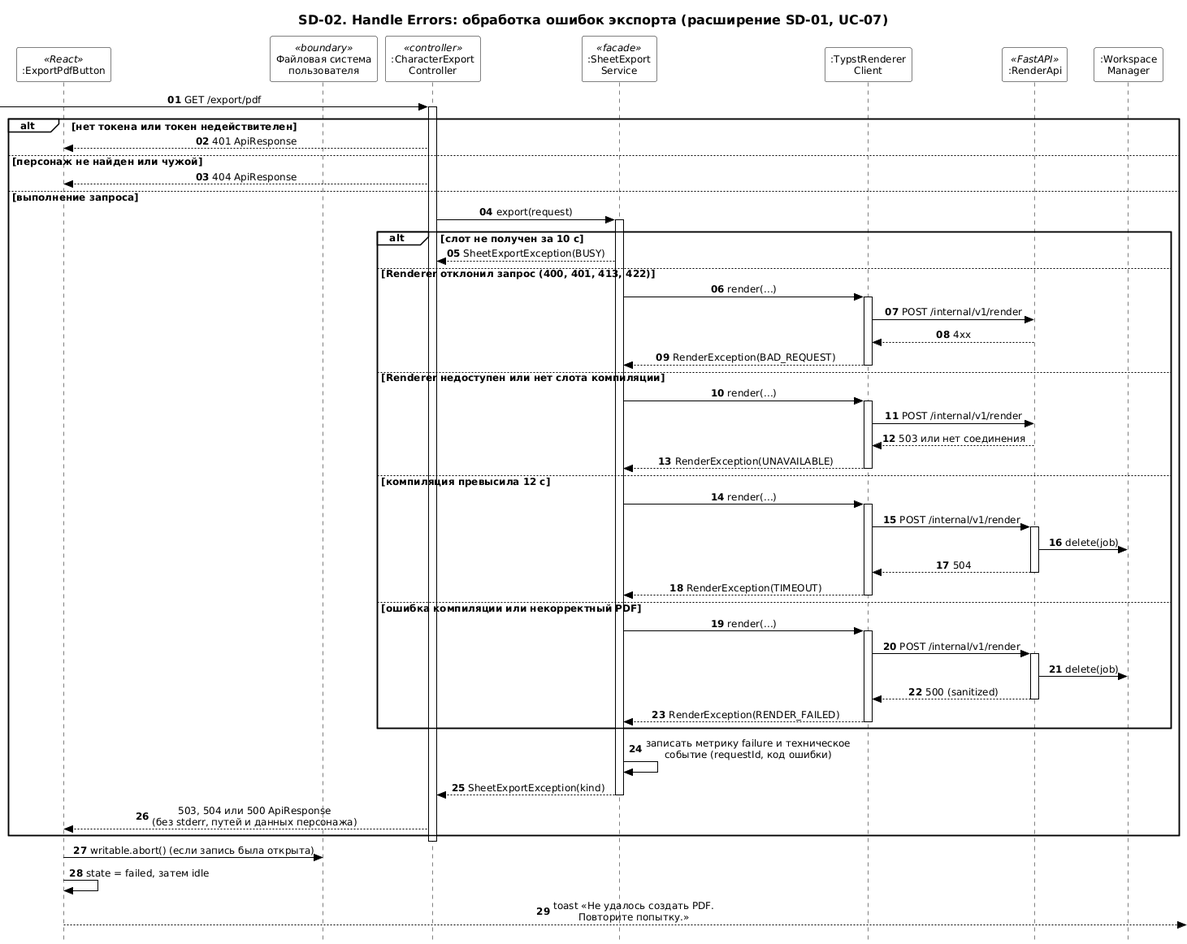
Earlier version of the PlantUML export uml/diagrams/sd-02-handle-errors.png (Yakush-A/SDLC-BSUIR).
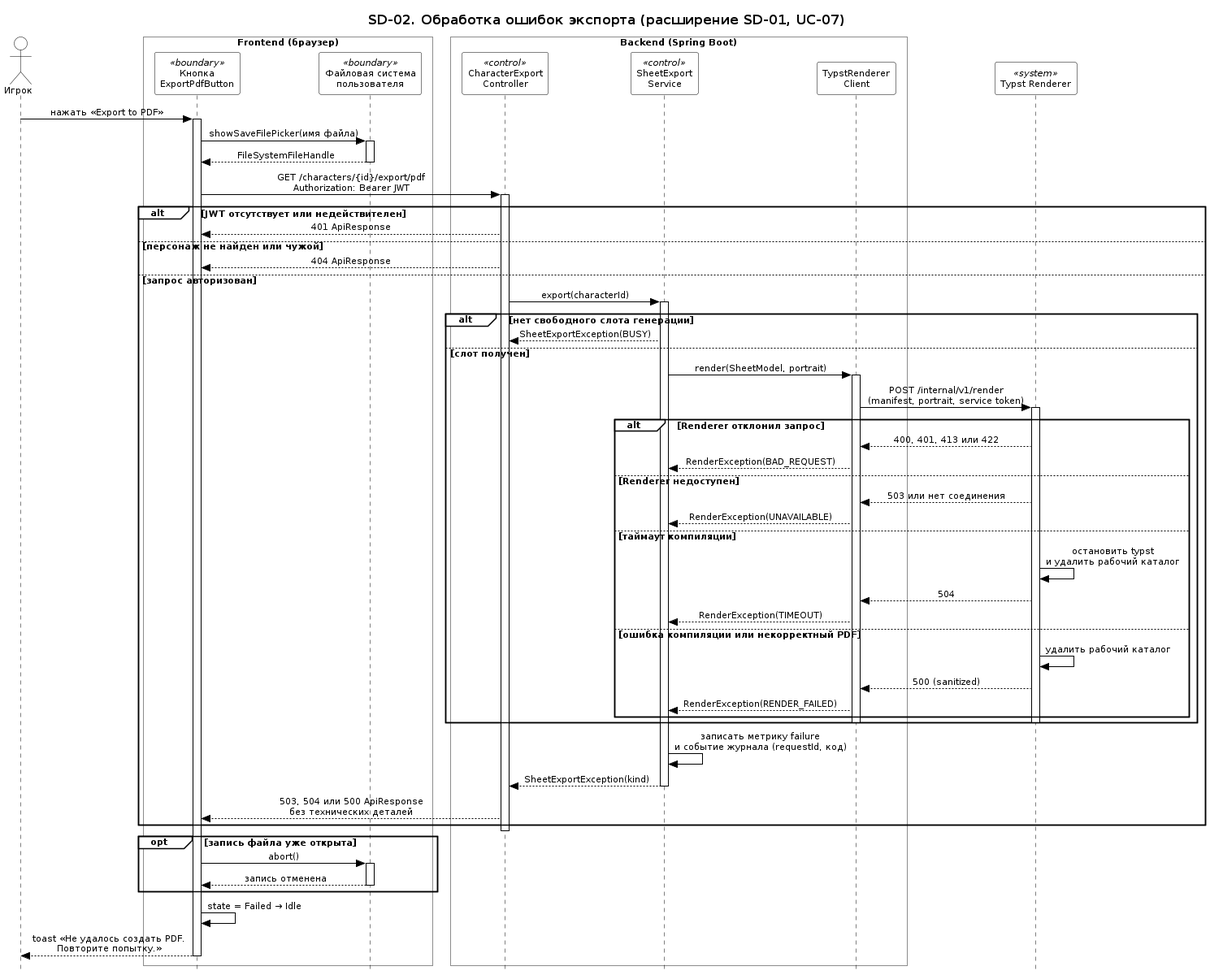
The same diagram one commit later.

What changed in the source:
```diff
@@ -2,8 +2,9 @@
 skinparam backgroundColor #FFFFFF
 skinparam shadowing false
 skinparam style strictuml
+skinparam linetype ortho
 skinparam defaultFontName "DejaVu Sans"
-skinparam defaultFontSize 12
+skinparam defaultFontSize 11
 skinparam ArrowColor #000000
 skinparam ArrowFontColor #000000
 skinparam TitleFontColor #000000
@@ -13,6 +14,8 @@
 skinparam NoteBorderColor #000000
 skinparam NoteFontColor #000000
 skinparam sequenceMessageAlign center
+skinparam ParticipantPadding 10
+skinparam BoxPadding 10
 skinparam SequenceLifeLineBorderColor #000000
 skinparam SequenceGroupBorderColor #000000
 skinparam SequenceGroupBackgroundColor #FFFFFF
@@ -26,70 +29,85 @@
 skinparam ActorBackgroundColor #FFFFFF
 skinparam ActorBorderColor #000000
 skinparam ActorFontColor #000000
-title SD-02. Handle Errors: обработка ошибок экспорта (расширение SD-01, UC-07)
-autonumber "<b>00"
+hide footbox
+title SD-02. Обработка ошибок экспорта (расширение SD-01, UC-07)
 
-participant ":ExportPdfButton" as B <<React>>
-participant "Файловая система\nпользователя" as FS <<boundary>>
-participant ":CharacterExport\nController" as C <<controller>>
-participant ":SheetExport\nService" as S <<facade>>
-participant ":TypstRenderer\nClient" as RC
-participant ":RenderApi" as R <<FastAPI>>
-participant ":Workspace\nManager" as W
+actor "Игрок" as P
 
-[-> C : GET /export/pdf
-activate C
-alt нет токена или токен недействителен
-  C --> B : 401 ApiResponse
+box "Frontend (браузер)" #FFFFFF
+  participant "Кнопка\nExportPdfButton" as UI <<boundary>>
+  participant "Файловая система\nпользователя" as FS <<boundary>>
+end box
+
+box "Backend (Spring Boot)" #FFFFFF
+  participant "CharacterExport\nController" as API <<control>>
+  participant "SheetExport\nService" as SVC <<control>>
+  participant "TypstRenderer\nClient" as RC
+end box
+
+participant "Typst Renderer" as R <<system>>
+
+P -> UI : нажать «Export to PDF»
+activate UI
+UI -> FS : showSaveFilePicker(имя файла)
+activate FS
+FS --> UI : FileSystemFileHandle
+deactivate FS
+
+UI -> API : GET /characters/{id}/export/pdf\nAuthorization: Bearer JWT
+activate API
+
+alt JWT отсутствует или недействителен
+  API --> UI : 401 ApiResponse
 else персонаж не найден или чужой
-  C --> B : 404 ApiResponse
-else выполнение запроса
-  C -> S : export(request)
-  activate S
-  alt слот не получен за 10 с
-    S --> C : SheetExportException(BUSY)
-  else Renderer отклонил запрос (400, 401, 413, 422)
-    S -> RC : render(...)
+  API --> UI : 404 ApiResponse
+else запрос авторизован
+  API -> SVC : export(characterId)
+  activate SVC
+
+  alt нет свободного слота генерации
+    SVC --> API : SheetExportException(BUSY)
+  else слот получен
+    SVC -> RC : render(SheetModel, portrait)
     activate RC
-    RC -> R : POST /internal/v1/render
-    R --> RC : 4xx
-    RC --> S : RenderException(BAD_REQUEST)
-    deactivate RC
-  else Renderer недоступен или нет слота компиляции
-    S -> RC : render(...)
-    activate RC
-    RC -> R : POST /internal/v1/render
-    R --> RC : 503 или нет соединения
-    RC --> S : RenderException(UNAVAILABLE)
-    deactivate RC
-  else компиляция превысила 12 с
-    S -> RC : render(...)
-    activate RC
-    RC -> R : POST /internal/v1/render
+    RC -> R : POST /internal/v1/render\n(manifest, portrait, service token)
     activate R
-    R -> W : delete(job)
-    R --> RC : 504
+
+    alt Renderer отклонил запрос
+      R --> RC : 400, 401, 413 или 422
+      RC --> SVC : RenderException(BAD_REQUEST)
+    else Renderer недоступен
+      R --> RC : 503 или нет соединения
+      RC --> SVC : RenderException(UNAVAILABLE)
+    else таймаут компиляции
+      R -> R : остановить typst\nи удалить рабочий каталог
+      R --> RC : 504
+      RC --> SVC : RenderException(TIMEOUT)
+    else ошибка компиляции или некорректный PDF
+      R -> R : удалить рабочий каталог
+      R --> RC : 500 (sanitized)
+      RC --> SVC : RenderException(RENDER_FAILED)
+    end
+
     deactivate R
-    RC --> S : RenderException(TIMEOUT)
-    deactivate RC
-  else ошибка компиляции или некорректный PDF
-    S -> RC : render(...)
-    activate RC
-    RC -> R : POST /internal/v1/render
-    activate R
-    R -> W : delete(job)
-    R --> RC : 500 (sanitized)
-    deactivate R
-    RC --> S : RenderException(RENDER_FAILED)
     deactivate RC
   end
-  S -> S : записать метрику failure и техническое\nсобытие (requestId, код ошибки)
-  S --> C : SheetExportException(kind)
-  deactivate S
-  C --> B : 503, 504 или 500 ApiResponse\n(без stderr, путей и данных персонажа)
+
+  SVC -> SVC : записать метрику failure\nи событие журнала (requestId, код)
+  SVC --> API : SheetExportException(kind)
+  deactivate SVC
+  API --> UI : 503, 504 или 500 ApiResponse\nбез технических деталей
 end
-deactivate C
-B -> FS : writable.abort() (если запись была открыта)
-B -> B : state = failed, затем idle
-B -->] : toast «Не удалось создать PDF.\nПовторите попытку.»
+deactivate API
+
+opt запись файла уже открыта
+  UI -> FS : abort()
+  activate FS
+  FS --> UI : запись отменена
+  deactivate FS
+end
+
+UI -> UI : state = Failed → Idle
+UI --> P : toast «Не удалось создать PDF.\nПовторите попытку.»
+deactivate UI
 @enduml
```
